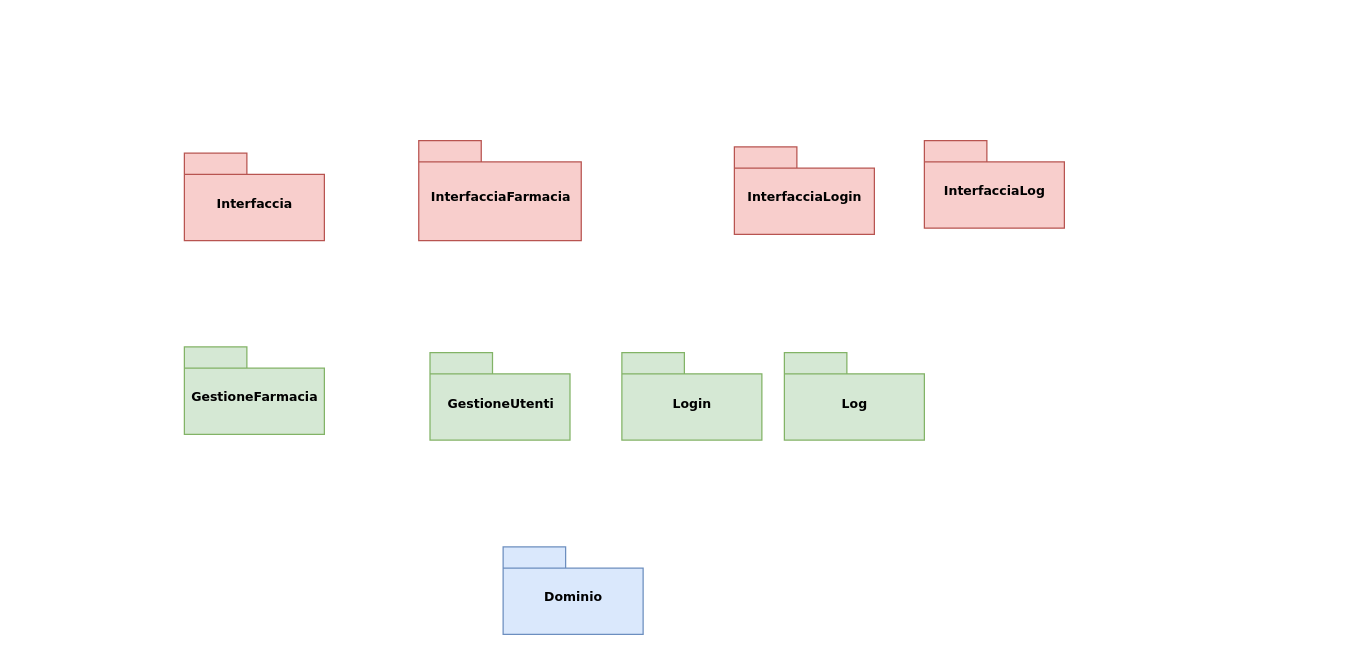
The draw.io diagram page "Page-1" (1 of 3) of DiagrammaPackage.drawio in lnwor/farmabyte-doc, before the edit. Source tidied: cells renumbered, new cells numbered last; positions are measured from the earlier drawing's top-left corner, leaving out a move shared by most shapes. Both pictures are drawn from the tidied source at 125%, with x=0, y=0 at pixel (184, 140).
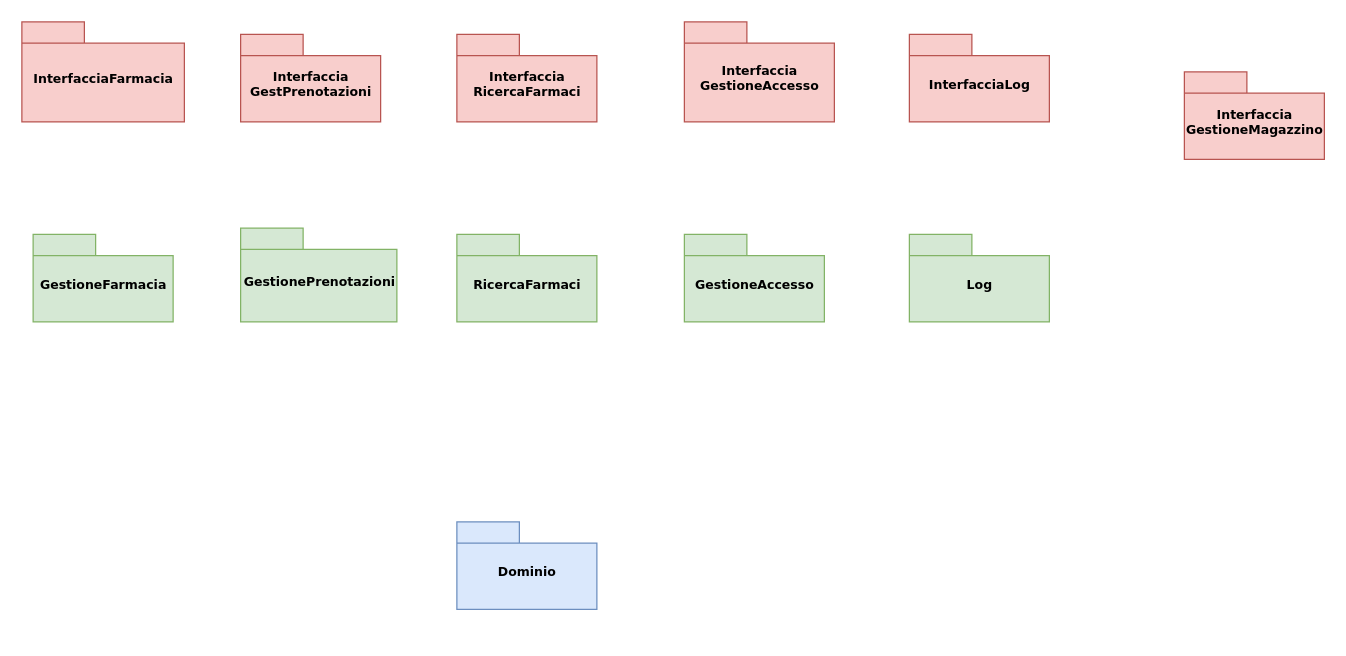
The same page after the edit.

What changed in the source:
```diff
@@
-<mxGraphModel background="#ffffff">
+<mxGraphModel>
   <root>
     <mxCell id="0" />
     <mxCell id="1" parent="0" />
     <mxCell id="2" value="Dominio" style="shape=folder;fontStyle=1;spacingTop=10;tabWidth=50;tabHeight=17;tabPosition=left;html=1;rounded=0;shadow=0;comic=0;labelBackgroundColor=none;strokeColor=#6c8ebf;strokeWidth=1;fillColor=#dae8fc;fontFamily=Verdana;fontSize=10;align=center;" parent="1" vertex="1">
-      <mxGeometry x="255" y="325" width="112" height="70" as="geometry" />
+      <mxGeometry x="218" y="305" width="112" height="70" as="geometry" />
     </mxCell>
-    <mxCell id="3" value="GestioneUtenti" style="shape=folder;fontStyle=1;spacingTop=10;tabWidth=50;tabHeight=17;tabPosition=left;html=1;rounded=0;shadow=0;comic=0;labelBackgroundColor=none;strokeColor=#82b366;strokeWidth=1;fillColor=#d5e8d4;fontFamily=Verdana;fontSize=10;align=center;" parent="1" vertex="1">
-      <mxGeometry x="196.5" y="169.5" width="112" height="70" as="geometry" />
-    </mxCell>
-    <mxCell id="4" value="GestioneFarmacia" style="shape=folder;fontStyle=1;spacingTop=10;tabWidth=50;tabHeight=17;tabPosition=left;html=1;rounded=0;shadow=0;comic=0;labelBackgroundColor=none;strokeWidth=1;fontFamily=Verdana;fontSize=10;align=center;fillColor=#d5e8d4;strokeColor=#82b366;" parent="1" vertex="1">
-      <mxGeometry y="165" width="112" height="70" as="geometry" />
-    </mxCell>
-    <mxCell id="5" value="Login" style="shape=folder;fontStyle=1;spacingTop=10;tabWidth=50;tabHeight=17;tabPosition=left;html=1;rounded=0;shadow=0;comic=0;labelBackgroundColor=none;strokeColor=#82b366;strokeWidth=1;fillColor=#d5e8d4;fontFamily=Verdana;fontSize=10;align=center;" parent="1" vertex="1">
-      <mxGeometry x="350" y="169.5" width="112" height="70" as="geometry" />
-    </mxCell>
+    <mxCell id="11" value="GestionePrenotazioni" style="shape=folder;fontStyle=1;spacingTop=10;tabWidth=50;tabHeight=17;tabPosition=left;html=1;rounded=0;shadow=0;comic=0;labelBackgroundColor=none;strokeColor=#82b366;strokeWidth=1;fillColor=#d5e8d4;fontFamily=Verdana;fontSize=10;align=center;" parent="1" vertex="1">
+      <mxGeometry x="45" y="70" width="125" height="75" as="geometry" />
+    </mxCell>
+    <mxCell id="12" value="GestioneAccesso" style="shape=folder;fontStyle=1;spacingTop=10;tabWidth=50;tabHeight=17;tabPosition=left;html=1;rounded=0;shadow=0;comic=0;labelBackgroundColor=none;strokeColor=#82b366;strokeWidth=1;fillColor=#d5e8d4;fontFamily=Verdana;fontSize=10;align=center;" parent="1" vertex="1">
+      <mxGeometry x="400" y="75" width="112" height="70" as="geometry" />
+    </mxCell>
     <mxCell id="6" value="InterfacciaFarmacia" style="shape=folder;fontStyle=1;spacingTop=10;tabWidth=50;tabHeight=17;tabPosition=left;html=1;rounded=0;shadow=0;comic=0;labelBackgroundColor=none;strokeColor=#b85450;strokeWidth=1;fillColor=#f8cecc;fontFamily=Verdana;fontSize=10;align=center;" parent="1" vertex="1">
-      <mxGeometry x="187.5" width="130" height="80" as="geometry" />
+      <mxGeometry x="-130" y="-95" width="130" height="80" as="geometry" />
     </mxCell>
-    <mxCell id="7" value="Interfaccia" style="shape=folder;fontStyle=1;spacingTop=10;tabWidth=50;tabHeight=17;tabPosition=left;html=1;rounded=0;shadow=0;comic=0;labelBackgroundColor=none;strokeColor=#b85450;strokeWidth=1;fillColor=#f8cecc;fontFamily=Verdana;fontSize=10;align=center;" parent="1" vertex="1">
-      <mxGeometry y="10" width="112" height="70" as="geometry" />
-    </mxCell>
-    <mxCell id="8" value="InterfacciaLogin" style="shape=folder;fontStyle=1;spacingTop=10;tabWidth=50;tabHeight=17;tabPosition=left;html=1;rounded=0;shadow=0;comic=0;labelBackgroundColor=none;strokeColor=#b85450;strokeWidth=1;fillColor=#f8cecc;fontFamily=Verdana;fontSize=10;align=center;" parent="1" vertex="1">
-      <mxGeometry x="440" y="5" width="112" height="70" as="geometry" />
-    </mxCell>
+    <mxCell id="13" value="Interfaccia&lt;br&gt;GestPrenotazioni" style="shape=folder;fontStyle=1;spacingTop=10;tabWidth=50;tabHeight=17;tabPosition=left;html=1;rounded=0;shadow=0;comic=0;labelBackgroundColor=none;strokeColor=#b85450;strokeWidth=1;fillColor=#f8cecc;fontFamily=Verdana;fontSize=10;align=center;" parent="1" vertex="1">
+      <mxGeometry x="45" y="-85" width="112" height="70" as="geometry" />
+    </mxCell>
+    <mxCell id="14" value="Interfaccia&lt;br&gt;GestioneAccesso" style="shape=folder;fontStyle=1;spacingTop=10;tabWidth=50;tabHeight=17;tabPosition=left;html=1;rounded=0;shadow=0;comic=0;labelBackgroundColor=none;strokeColor=#b85450;strokeWidth=1;fillColor=#f8cecc;fontFamily=Verdana;fontSize=10;align=center;" parent="1" vertex="1">
+      <mxGeometry x="400" y="-95" width="120" height="80" as="geometry" />
+    </mxCell>
     <mxCell id="9" value="InterfacciaLog" style="shape=folder;fontStyle=1;spacingTop=10;tabWidth=50;tabHeight=17;tabPosition=left;html=1;rounded=0;shadow=0;comic=0;labelBackgroundColor=none;strokeColor=#b85450;strokeWidth=1;fillColor=#f8cecc;fontFamily=Verdana;fontSize=10;align=center;" parent="1" vertex="1">
-      <mxGeometry x="592" width="112" height="70" as="geometry" />
+      <mxGeometry x="580" y="-85" width="112" height="70" as="geometry" />
     </mxCell>
     <mxCell id="10" value="Log" style="shape=folder;fontStyle=1;spacingTop=10;tabWidth=50;tabHeight=17;tabPosition=left;html=1;rounded=0;shadow=0;comic=0;labelBackgroundColor=none;strokeWidth=1;fontFamily=Verdana;fontSize=10;align=center;fillColor=#d5e8d4;strokeColor=#82b366;" parent="1" vertex="1">
-      <mxGeometry x="480" y="169.5" width="112" height="70" as="geometry" />
+      <mxGeometry x="580" y="75" width="112" height="70" as="geometry" />
     </mxCell>
+    <mxCell id="4" value="GestioneFarmacia" style="shape=folder;fontStyle=1;spacingTop=10;tabWidth=50;tabHeight=17;tabPosition=left;html=1;rounded=0;shadow=0;comic=0;labelBackgroundColor=none;strokeWidth=1;fontFamily=Verdana;fontSize=10;align=center;fillColor=#d5e8d4;strokeColor=#82b366;" parent="1" vertex="1">
+      <mxGeometry x="-121" y="75" width="112" height="70" as="geometry" />
+    </mxCell>
+    <mxCell id="15" value="RicercaFarmaci" style="shape=folder;fontStyle=1;spacingTop=10;tabWidth=50;tabHeight=17;tabPosition=left;html=1;rounded=0;shadow=0;comic=0;labelBackgroundColor=none;strokeWidth=1;fontFamily=Verdana;fontSize=10;align=center;fillColor=#d5e8d4;strokeColor=#82b366;" parent="1" vertex="1">
+      <mxGeometry x="218" y="75" width="112" height="70" as="geometry" />
+    </mxCell>
+    <mxCell id="16" value="Interfaccia&lt;br&gt;RicercaFarmaci" style="shape=folder;fontStyle=1;spacingTop=10;tabWidth=50;tabHeight=17;tabPosition=left;html=1;rounded=0;shadow=0;comic=0;labelBackgroundColor=none;strokeColor=#b85450;strokeWidth=1;fillColor=#f8cecc;fontFamily=Verdana;fontSize=10;align=center;" parent="1" vertex="1">
+      <mxGeometry x="218" y="-85" width="112" height="70" as="geometry" />
+    </mxCell>
+    <mxCell id="17" value="Interfaccia&lt;br&gt;GestioneMagazzino" style="shape=folder;fontStyle=1;spacingTop=10;tabWidth=50;tabHeight=17;tabPosition=left;html=1;rounded=0;shadow=0;comic=0;labelBackgroundColor=none;strokeColor=#b85450;strokeWidth=1;fillColor=#f8cecc;fontFamily=Verdana;fontSize=10;align=center;" parent="1" vertex="1">
+      <mxGeometry x="800" y="-55" width="112" height="70" as="geometry" />
+    </mxCell>
   </root>
 </mxGraphModel>
```
